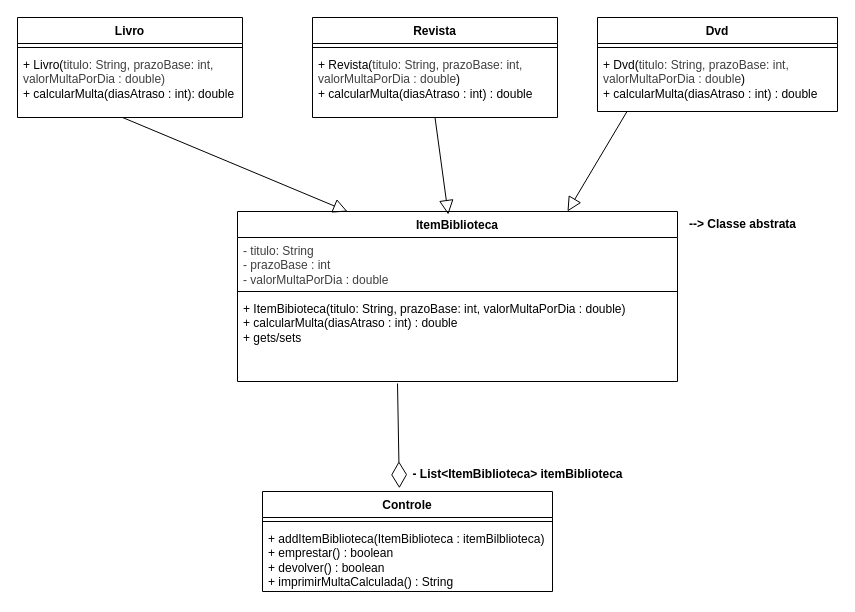
The draw.io diagram POO/Exercicio_Heranca_Modelagem/exe_questao3/src/main/java/com/biblioteca/Diagrama.drawio in djuliasabrina/FURB, before the edit. Source tidied: cells renumbered, new cells numbered last; positions are measured from the earlier drawing's top-left corner, leaving out a move shared by most shapes. Both pictures are drawn from the tidied source at 100%, with x=0, y=0 at pixel (17, 17).
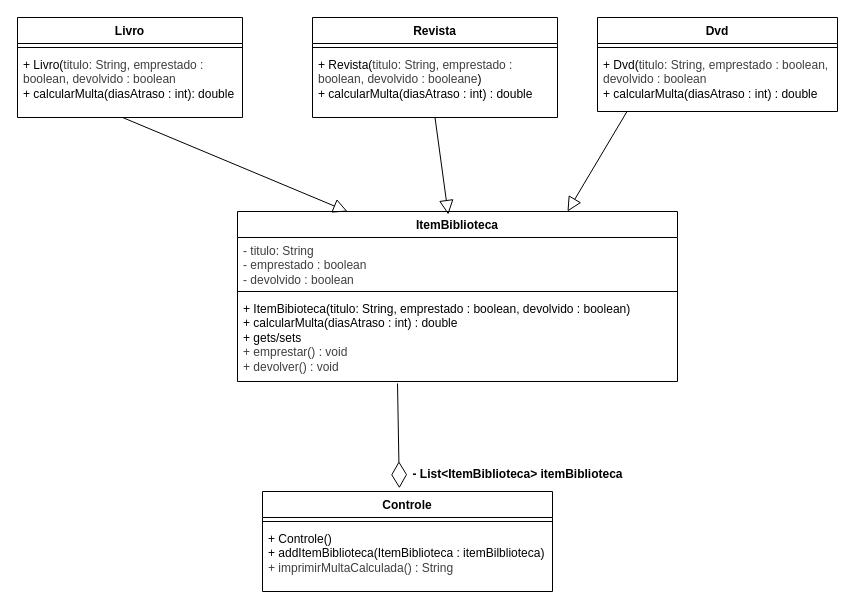
The same diagram, later.

Unchanged cells that the change refers to:
```xml
<mxCell id="2" value="&lt;div&gt;&lt;span style=&quot;background-color: transparent;&quot;&gt;ItemBiblioteca&lt;/span&gt;&lt;/div&gt;" style="swimlane;fontStyle=1;align=center;verticalAlign=top;horizontal=1;startSize=26;whiteSpace=wrap;html=1;" parent="1" vertex="1">
  <mxGeometry x="220" y="194" width="440" height="170" as="geometry" />
</mxCell>
<mxCell id="6" value="Livro" style="swimlane;fontStyle=1;align=center;verticalAlign=top;horizontal=1;startSize=26;whiteSpace=wrap;html=1;" parent="1" vertex="1">
  <mxGeometry width="225" height="100" as="geometry" />
</mxCell>
<mxCell id="9" value="Revista" style="swimlane;fontStyle=1;align=center;verticalAlign=top;horizontal=1;startSize=26;whiteSpace=wrap;html=1;" parent="1" vertex="1">
  <mxGeometry x="295" width="245" height="100" as="geometry" />
</mxCell>
<mxCell id="12" value="Dvd" style="swimlane;fontStyle=1;align=center;verticalAlign=top;horizontal=1;startSize=26;whiteSpace=wrap;html=1;" parent="1" vertex="1">
  <mxGeometry x="580" width="240" height="94" as="geometry" />
</mxCell>
<mxCell id="18" value="Controle" style="swimlane;fontStyle=1;align=center;verticalAlign=top;horizontal=1;startSize=26;whiteSpace=wrap;html=1;" parent="1" vertex="1">
  <mxGeometry x="245" y="474" width="290" height="100" as="geometry" />
</mxCell>
```

Diff of the diagram source:
```diff
@@
-    <mxCell id="3" value="&lt;div style=&quot;color: rgb(63, 63, 63); scrollbar-color: rgba(121, 121, 121, 0.4) rgb(40, 42, 54);&quot;&gt;&lt;span style=&quot;scrollbar-color: rgba(121, 121, 121, 0.4) rgb(40, 42, 54); color: rgb(63, 63, 63);&quot;&gt;- titulo: String&lt;/span&gt;&lt;/div&gt;&lt;div style=&quot;color: rgb(63, 63, 63); scrollbar-color: rgba(121, 121, 121, 0.4) rgb(40, 42, 54);&quot;&gt;&lt;span style=&quot;scrollbar-color: rgba(121, 121, 121, 0.4) rgb(40, 42, 54); color: rgb(63, 63, 63);&quot;&gt;- prazoBase : int&lt;/span&gt;&lt;/div&gt;&lt;div style=&quot;color: rgb(63, 63, 63); scrollbar-color: rgba(121, 121, 121, 0.4) rgb(40, 42, 54);&quot;&gt;&lt;span style=&quot;scrollbar-color: rgba(121, 121, 121, 0.4) rgb(40, 42, 54); color: rgb(63, 63, 63);&quot;&gt;- valorMultaPorDia : double&lt;/span&gt;&lt;/div&gt;" style="text;strokeColor=none;fillColor=none;align=left;verticalAlign=top;spacingLeft=4;spacingRight=4;overflow=hidden;whiteSpace=wrap;html=1;" parent="2" vertex="1">
+    <mxCell id="3" value="&lt;div style=&quot;color: rgb(63, 63, 63); scrollbar-color: rgba(121, 121, 121, 0.4) rgb(40, 42, 54);&quot;&gt;&lt;span style=&quot;scrollbar-color: rgba(121, 121, 121, 0.4) rgb(40, 42, 54); color: rgb(63, 63, 63);&quot;&gt;- titulo: String&lt;/span&gt;&lt;/div&gt;&lt;div style=&quot;color: rgb(63, 63, 63); scrollbar-color: rgba(121, 121, 121, 0.4) rgb(40, 42, 54);&quot;&gt;&lt;span style=&quot;scrollbar-color: rgba(121, 121, 121, 0.4) rgb(40, 42, 54); color: rgb(63, 63, 63);&quot;&gt;- emprestado : boolean&lt;/span&gt;&lt;/div&gt;&lt;div style=&quot;color: rgb(63, 63, 63); scrollbar-color: rgba(121, 121, 121, 0.4) rgb(40, 42, 54);&quot;&gt;&lt;span style=&quot;scrollbar-color: rgba(121, 121, 121, 0.4) rgb(40, 42, 54); color: rgb(63, 63, 63);&quot;&gt;- devolvido : boolean&lt;/span&gt;&lt;/div&gt;" style="text;strokeColor=none;fillColor=none;align=left;verticalAlign=top;spacingLeft=4;spacingRight=4;overflow=hidden;whiteSpace=wrap;html=1;" parent="2" vertex="1">
       <mxGeometry y="26" width="440" height="50" as="geometry" />
     </mxCell>
@@
-    <mxCell id="5" value="&lt;div&gt;+ ItemBibioteca(titulo: String, prazoBase: int, valorMultaPorDia : double)&lt;/div&gt;&lt;div&gt;+ calcularMulta(diasAtraso : int) : double&lt;/div&gt;&lt;div&gt;+ gets/sets&lt;/div&gt;" style="text;strokeColor=none;fillColor=none;align=left;verticalAlign=top;spacingLeft=4;spacingRight=4;overflow=hidden;whiteSpace=wrap;html=1;" parent="2" vertex="1">
+    <mxCell id="5" value="&lt;div&gt;+ ItemBibioteca(titulo: String, emprestado : boolean, devolvido : boolean)&lt;/div&gt;&lt;div&gt;+ calcularMulta(diasAtraso : int) : double&lt;/div&gt;&lt;div&gt;+ gets/sets&lt;/div&gt;&lt;div&gt;&lt;div style=&quot;color: rgb(63, 63, 63); scrollbar-color: rgba(121, 121, 121, 0.4) rgb(40, 42, 54);&quot;&gt;+ emprestar() : void&lt;/div&gt;&lt;div style=&quot;color: rgb(63, 63, 63); scrollbar-color: rgba(121, 121, 121, 0.4) rgb(40, 42, 54);&quot;&gt;+ devolver() : void&lt;/div&gt;&lt;/div&gt;&lt;div&gt;&lt;br&gt;&lt;/div&gt;" style="text;strokeColor=none;fillColor=none;align=left;verticalAlign=top;spacingLeft=4;spacingRight=4;overflow=hidden;whiteSpace=wrap;html=1;" parent="2" vertex="1">
       <mxGeometry y="84" width="440" height="86" as="geometry" />
     </mxCell>
@@
-    <mxCell id="8" value="&lt;div&gt;&lt;span style=&quot;background-color: transparent;&quot;&gt;+ Livro(&lt;/span&gt;&lt;span style=&quot;color: rgb(63, 63, 63); background-color: transparent;&quot;&gt;titulo: String, prazoBase: int, valorMultaPorDia : double&lt;/span&gt;&lt;span style=&quot;background-color: transparent; color: rgb(63, 63, 63);&quot;&gt;)&lt;/span&gt;&lt;/div&gt;&lt;div&gt;&lt;span style=&quot;background-color: transparent;&quot;&gt;+ calcularMulta(diasAtraso : int)&lt;/span&gt;&lt;span style=&quot;color: rgb(0, 0, 0); background-color: transparent;&quot;&gt;: double&lt;/span&gt;&lt;/div&gt;" style="text;strokeColor=none;fillColor=none;align=left;verticalAlign=top;spacingLeft=4;spacingRight=4;overflow=hidden;points=[[0,0.5],[1,0.5]];portConstraint=eastwest;whiteSpace=wrap;html=1;" parent="6" vertex="1">
+    <mxCell id="8" value="&lt;div&gt;&lt;span style=&quot;background-color: transparent;&quot;&gt;+ Livro(&lt;/span&gt;&lt;span style=&quot;color: rgb(63, 63, 63); background-color: transparent;&quot;&gt;titulo: String, emprestado : boolean, devolvido : boolean&lt;/span&gt;&lt;/div&gt;&lt;div&gt;&lt;span style=&quot;background-color: transparent;&quot;&gt;+ calcularMulta(diasAtraso : int)&lt;/span&gt;&lt;span style=&quot;color: rgb(0, 0, 0); background-color: transparent;&quot;&gt;: double&lt;/span&gt;&lt;/div&gt;" style="text;strokeColor=none;fillColor=none;align=left;verticalAlign=top;spacingLeft=4;spacingRight=4;overflow=hidden;points=[[0,0.5],[1,0.5]];portConstraint=eastwest;whiteSpace=wrap;html=1;" parent="6" vertex="1">
       <mxGeometry y="34" width="225" height="66" as="geometry" />
     </mxCell>
@@
-    <mxCell id="11" value="&lt;div&gt;&lt;span style=&quot;color: rgb(0, 0, 0);&quot;&gt;+ Revista(&lt;/span&gt;&lt;span style=&quot;color: rgb(63, 63, 63); background-color: transparent;&quot;&gt;titulo: String, prazoBase: int, valorMultaPorDia : double&lt;/span&gt;&lt;span style=&quot;background-color: transparent;&quot;&gt;)&lt;/span&gt;&lt;/div&gt;&lt;span style=&quot;color: rgb(0, 0, 0);&quot;&gt;+ calcularMulta(diasAtraso : int)&amp;nbsp;&lt;/span&gt;&lt;span style=&quot;color: rgb(0, 0, 0);&quot;&gt;: double&lt;/span&gt;" style="text;strokeColor=none;fillColor=none;align=left;verticalAlign=top;spacingLeft=4;spacingRight=4;overflow=hidden;whiteSpace=wrap;html=1;" parent="9" vertex="1">
+    <mxCell id="11" value="&lt;div&gt;&lt;span style=&quot;color: rgb(0, 0, 0);&quot;&gt;+ Revista(&lt;/span&gt;&lt;span style=&quot;color: rgb(63, 63, 63); background-color: transparent;&quot;&gt;&lt;span style=&quot;color: rgb(63, 63, 63);&quot;&gt;titulo: String, emprestado : boolean, devolvido : boolean&lt;/span&gt;e&lt;/span&gt;&lt;span style=&quot;background-color: transparent;&quot;&gt;)&lt;/span&gt;&lt;/div&gt;&lt;span style=&quot;color: rgb(0, 0, 0);&quot;&gt;+ calcularMulta(diasAtraso : int)&amp;nbsp;&lt;/span&gt;&lt;span style=&quot;color: rgb(0, 0, 0);&quot;&gt;: double&lt;/span&gt;" style="text;strokeColor=none;fillColor=none;align=left;verticalAlign=top;spacingLeft=4;spacingRight=4;overflow=hidden;whiteSpace=wrap;html=1;" parent="9" vertex="1">
       <mxGeometry y="34" width="245" height="66" as="geometry" />
     </mxCell>
@@
-    <mxCell id="14" value="&lt;div&gt;&lt;span style=&quot;color: rgb(0, 0, 0);&quot;&gt;+ Dvd(&lt;/span&gt;&lt;span style=&quot;color: rgb(63, 63, 63); background-color: transparent;&quot;&gt;titulo: String, prazoBase: int, valorMultaPorDia : double&lt;/span&gt;&lt;span style=&quot;background-color: transparent;&quot;&gt;)&lt;/span&gt;&lt;/div&gt;&lt;span style=&quot;color: rgb(0, 0, 0);&quot;&gt;+ calcularMulta(diasAtraso : int) : double&lt;/span&gt;" style="text;strokeColor=none;fillColor=none;align=left;verticalAlign=top;spacingLeft=4;spacingRight=4;overflow=hidden;whiteSpace=wrap;html=1;" parent="12" vertex="1">
+    <mxCell id="14" value="&lt;div&gt;&lt;span style=&quot;color: rgb(0, 0, 0);&quot;&gt;+ Dvd(&lt;/span&gt;&lt;span style=&quot;color: rgb(63, 63, 63); background-color: transparent;&quot;&gt;titulo: String, emprestado : boolean, devolvido : boolean&lt;/span&gt;&lt;/div&gt;&lt;span style=&quot;color: rgb(0, 0, 0);&quot;&gt;+ calcularMulta(diasAtraso : int) : double&lt;/span&gt;" style="text;strokeColor=none;fillColor=none;align=left;verticalAlign=top;spacingLeft=4;spacingRight=4;overflow=hidden;whiteSpace=wrap;html=1;" parent="12" vertex="1">
       <mxGeometry y="34" width="240" height="60" as="geometry" />
     </mxCell>
@@
-    <mxCell id="20" value="+ addItemBiblioteca(ItemBiblioteca : itemBilblioteca)&lt;div&gt;+ emprestar() : boolean&lt;/div&gt;&lt;div&gt;+ devolver() : boolean&lt;/div&gt;&lt;div&gt;+ imprimirMultaCalculada() : String&lt;/div&gt;" style="text;strokeColor=none;fillColor=none;align=left;verticalAlign=top;spacingLeft=4;spacingRight=4;overflow=hidden;whiteSpace=wrap;html=1;" parent="18" vertex="1">
+    <mxCell id="20" value="&lt;div&gt;+ Controle()&lt;/div&gt;+ addItemBiblioteca(ItemBiblioteca : itemBilblioteca)&lt;div&gt;&lt;span style=&quot;color: rgb(63, 63, 63); background-color: transparent;&quot;&gt;+ imprimirMultaCalculada() : String&lt;/span&gt;&lt;/div&gt;" style="text;strokeColor=none;fillColor=none;align=left;verticalAlign=top;spacingLeft=4;spacingRight=4;overflow=hidden;whiteSpace=wrap;html=1;" parent="18" vertex="1">
       <mxGeometry y="34" width="290" height="66" as="geometry" />
     </mxCell>
@@
-    <mxCell id="23" value="--&amp;gt; Classe abstrata" style="text;align=center;fontStyle=1;verticalAlign=middle;spacingLeft=3;spacingRight=3;strokeColor=none;html=1;" parent="1" vertex="1">
-      <mxGeometry x="670" y="194" width="110" height="26" as="geometry" />
-    </mxCell>
```
